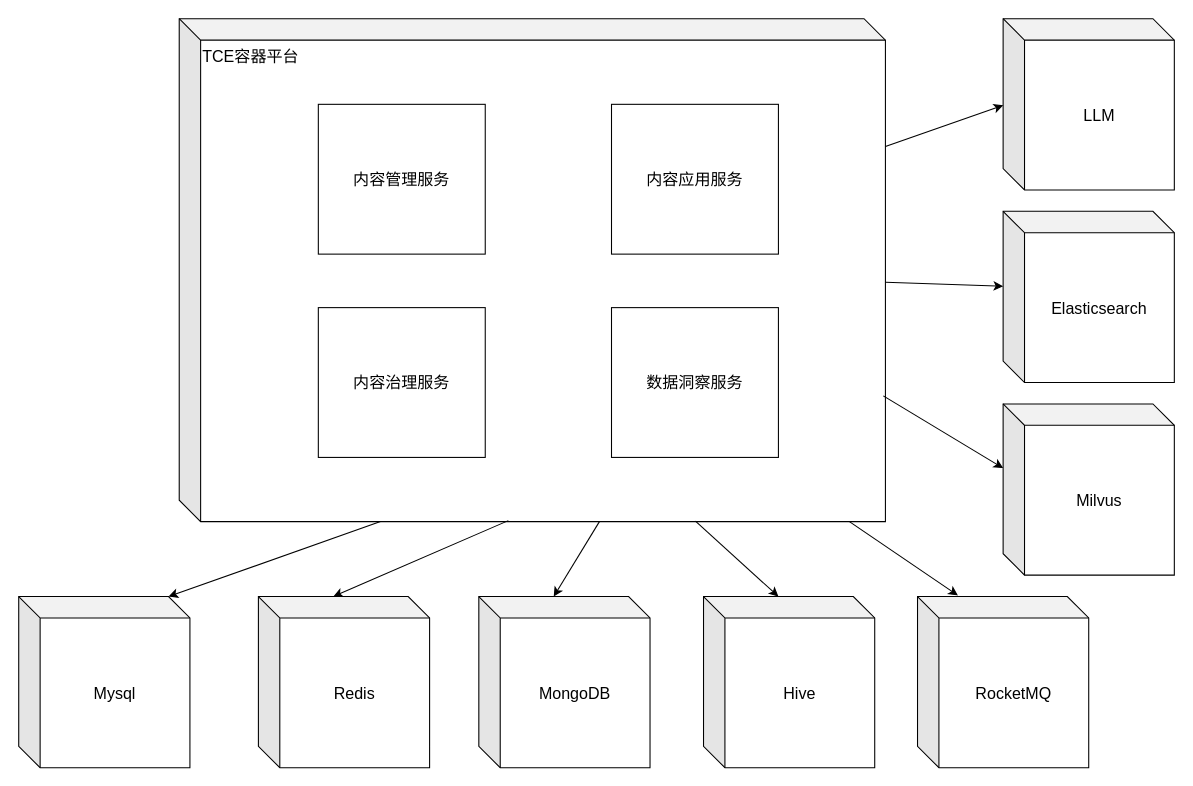
Earlier version of the draw.io diagram page "物理视图" (10 of 19) of figure/figures.drawio (jqq04/nju-thesis-2026). Source tidied: cells renumbered, new cells numbered last; positions are measured from the earlier drawing's top-left corner, leaving out a move shared by most shapes. Both pictures are drawn from the tidied source at 107%, with x=0, y=0 at pixel (18, 18).
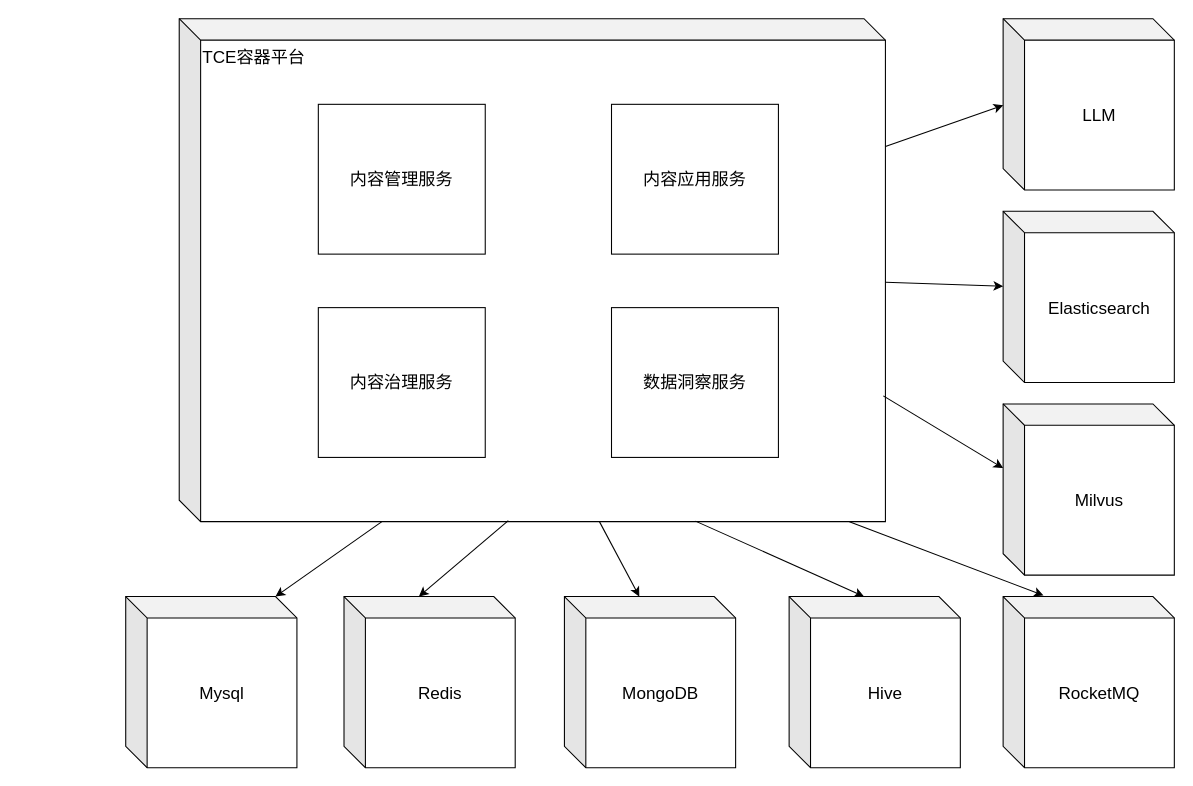
Above is the later version.

Diff of the diagram source:
```diff
@@
-    <mxCell id="2" style="rounded=0;jettySize=auto;html=1;entryX=0;entryY=0;entryDx=140;entryDy=0;entryPerimeter=0;exitX=0.289;exitY=0.998;exitDx=0;exitDy=0;exitPerimeter=0;" parent="1" edge="1" source="3" target="5">
+    <mxCell id="2" style="rounded=0;jettySize=auto;html=1;entryX=0;entryY=0;entryDx=140;entryDy=0;entryPerimeter=0;exitX=0.289;exitY=0.998;exitDx=0;exitDy=0;exitPerimeter=0;fontSize=16;" parent="1" edge="1" source="3" target="5">
       <mxGeometry relative="1" as="geometry" />
     </mxCell>
-    <mxCell id="3" value="TCE容器平台" style="shape=cube;whiteSpace=wrap;html=1;boundedLbl=1;backgroundOutline=1;darkOpacity=0.05;darkOpacity2=0.1;verticalAlign=top;align=left;fontSize=15;" parent="1" vertex="1">
+    <mxCell id="3" value="TCE容器平台" style="shape=cube;whiteSpace=wrap;html=1;boundedLbl=1;backgroundOutline=1;darkOpacity=0.05;darkOpacity2=0.1;verticalAlign=top;align=left;fontSize=16;" parent="1" vertex="1">
       <mxGeometry x="150" width="660" height="470" as="geometry" />
     </mxCell>
-    <mxCell id="4" value="内容管理服务" style="rounded=0;whiteSpace=wrap;html=1;verticalAlign=middle;align=center;fontSize=15;" parent="1" vertex="1">
+    <mxCell id="4" value="内容管理服务" style="rounded=0;whiteSpace=wrap;html=1;verticalAlign=middle;align=center;fontSize=16;" parent="1" vertex="1">
       <mxGeometry x="280" y="80" width="156" height="140" as="geometry" />
     </mxCell>
-    <mxCell id="5" value="Mysql" style="shape=cube;whiteSpace=wrap;html=1;boundedLbl=1;backgroundOutline=1;darkOpacity=0.05;darkOpacity2=0.1;fontSize=15;" parent="1" vertex="1">
-      <mxGeometry y="540" width="160" height="160" as="geometry" />
+    <mxCell id="5" value="Mysql" style="shape=cube;whiteSpace=wrap;html=1;boundedLbl=1;backgroundOutline=1;darkOpacity=0.05;darkOpacity2=0.1;fontSize=16;" parent="1" vertex="1">
+      <mxGeometry x="100" y="540" width="160" height="160" as="geometry" />
     </mxCell>
-    <mxCell id="6" value="Redis" style="shape=cube;whiteSpace=wrap;html=1;boundedLbl=1;backgroundOutline=1;darkOpacity=0.05;darkOpacity2=0.1;fontSize=15;" parent="1" vertex="1">
-      <mxGeometry x="224" y="540" width="160" height="160" as="geometry" />
+    <mxCell id="6" value="Redis" style="shape=cube;whiteSpace=wrap;html=1;boundedLbl=1;backgroundOutline=1;darkOpacity=0.05;darkOpacity2=0.1;fontSize=16;" parent="1" vertex="1">
+      <mxGeometry x="304" y="540" width="160" height="160" as="geometry" />
     </mxCell>
-    <mxCell id="7" value="&lt;div style=&quot;text-align: center;&quot;&gt;&lt;span style=&quot;text-align: start; background-color: transparent;&quot;&gt;Elasticsearch&lt;/span&gt;&lt;/div&gt;" style="shape=cube;whiteSpace=wrap;html=1;boundedLbl=1;backgroundOutline=1;darkOpacity=0.05;darkOpacity2=0.1;fontSize=15;" parent="1" vertex="1">
+    <mxCell id="7" value="&lt;div style=&quot;text-align: center;&quot;&gt;&lt;span style=&quot;text-align: start; background-color: transparent;&quot;&gt;Elasticsearch&lt;/span&gt;&lt;/div&gt;" style="shape=cube;whiteSpace=wrap;html=1;boundedLbl=1;backgroundOutline=1;darkOpacity=0.05;darkOpacity2=0.1;fontSize=16;" parent="1" vertex="1">
       <mxGeometry x="920" y="180" width="160" height="160" as="geometry" />
     </mxCell>
-    <mxCell id="8" value="&lt;div style=&quot;text-align: center;&quot;&gt;&lt;span style=&quot;text-align: start; background-color: transparent;&quot;&gt;MongoDB&lt;/span&gt;&lt;/div&gt;" style="shape=cube;whiteSpace=wrap;html=1;boundedLbl=1;backgroundOutline=1;darkOpacity=0.05;darkOpacity2=0.1;fontSize=15;" parent="1" vertex="1">
-      <mxGeometry x="430" y="540" width="160" height="160" as="geometry" />
+    <mxCell id="8" value="&lt;div style=&quot;text-align: center;&quot;&gt;&lt;span style=&quot;text-align: start; background-color: transparent;&quot;&gt;MongoDB&lt;/span&gt;&lt;/div&gt;" style="shape=cube;whiteSpace=wrap;html=1;boundedLbl=1;backgroundOutline=1;darkOpacity=0.05;darkOpacity2=0.1;fontSize=16;" parent="1" vertex="1">
+      <mxGeometry x="510" y="540" width="160" height="160" as="geometry" />
     </mxCell>
-    <mxCell id="9" value="&lt;div style=&quot;text-align: center;&quot;&gt;&lt;span style=&quot;text-align: start; background-color: transparent;&quot;&gt;LLM&lt;/span&gt;&lt;/div&gt;" style="shape=cube;whiteSpace=wrap;html=1;boundedLbl=1;backgroundOutline=1;darkOpacity=0.05;darkOpacity2=0.1;fontSize=15;" parent="1" vertex="1">
+    <mxCell id="9" value="&lt;div style=&quot;text-align: center;&quot;&gt;&lt;span style=&quot;text-align: start; background-color: transparent;&quot;&gt;LLM&lt;/span&gt;&lt;/div&gt;" style="shape=cube;whiteSpace=wrap;html=1;boundedLbl=1;backgroundOutline=1;darkOpacity=0.05;darkOpacity2=0.1;fontSize=16;" parent="1" vertex="1">
       <mxGeometry x="920" width="160" height="160" as="geometry" />
     </mxCell>
-    <mxCell id="10" value="&lt;div style=&quot;text-align: center;&quot;&gt;&lt;span style=&quot;text-align: start;&quot;&gt;RocketMQ&lt;/span&gt;&lt;/div&gt;" style="shape=cube;whiteSpace=wrap;html=1;boundedLbl=1;backgroundOutline=1;darkOpacity=0.05;darkOpacity2=0.1;fontSize=15;" parent="1" vertex="1">
-      <mxGeometry x="840" y="540" width="160" height="160" as="geometry" />
+    <mxCell id="10" value="&lt;div style=&quot;text-align: center;&quot;&gt;&lt;span style=&quot;text-align: start;&quot;&gt;RocketMQ&lt;/span&gt;&lt;/div&gt;" style="shape=cube;whiteSpace=wrap;html=1;boundedLbl=1;backgroundOutline=1;darkOpacity=0.05;darkOpacity2=0.1;fontSize=16;" parent="1" vertex="1">
+      <mxGeometry x="920" y="540" width="160" height="160" as="geometry" />
     </mxCell>
-    <mxCell id="11" value="Milvus" style="shape=cube;whiteSpace=wrap;html=1;boundedLbl=1;backgroundOutline=1;darkOpacity=0.05;darkOpacity2=0.1;fontSize=15;" parent="1" vertex="1">
+    <mxCell id="11" value="Milvus" style="shape=cube;whiteSpace=wrap;html=1;boundedLbl=1;backgroundOutline=1;darkOpacity=0.05;darkOpacity2=0.1;fontSize=16;" parent="1" vertex="1">
       <mxGeometry x="920" y="360" width="160" height="160" as="geometry" />
     </mxCell>
-    <mxCell id="12" value="&lt;div style=&quot;text-align: center;&quot;&gt;&lt;span style=&quot;text-align: start; background-color: transparent;&quot;&gt;Hive&lt;/span&gt;&lt;/div&gt;" style="shape=cube;whiteSpace=wrap;html=1;boundedLbl=1;backgroundOutline=1;darkOpacity=0.05;darkOpacity2=0.1;fontSize=15;" parent="1" vertex="1">
-      <mxGeometry x="640" y="540" width="160" height="160" as="geometry" />
+    <mxCell id="12" value="&lt;div style=&quot;text-align: center;&quot;&gt;&lt;span style=&quot;text-align: start; background-color: transparent;&quot;&gt;Hive&lt;/span&gt;&lt;/div&gt;" style="shape=cube;whiteSpace=wrap;html=1;boundedLbl=1;backgroundOutline=1;darkOpacity=0.05;darkOpacity2=0.1;fontSize=16;" parent="1" vertex="1">
+      <mxGeometry x="720" y="540" width="160" height="160" as="geometry" />
     </mxCell>
-    <mxCell id="13" value="内容应用服务" style="rounded=0;whiteSpace=wrap;html=1;verticalAlign=middle;align=center;fontSize=15;" parent="1" vertex="1">
+    <mxCell id="13" value="内容应用服务" style="rounded=0;whiteSpace=wrap;html=1;verticalAlign=middle;align=center;fontSize=16;" parent="1" vertex="1">
       <mxGeometry x="554" y="80" width="156" height="140" as="geometry" />
     </mxCell>
-    <mxCell id="14" value="内容治理服务" style="rounded=0;whiteSpace=wrap;html=1;verticalAlign=middle;align=center;fontSize=15;" parent="1" vertex="1">
+    <mxCell id="14" value="内容治理服务" style="rounded=0;whiteSpace=wrap;html=1;verticalAlign=middle;align=center;fontSize=16;" parent="1" vertex="1">
       <mxGeometry x="280" y="270" width="156" height="140" as="geometry" />
     </mxCell>
-    <mxCell id="15" value="数据洞察服务" style="rounded=0;whiteSpace=wrap;html=1;verticalAlign=middle;align=center;fontSize=15;" parent="1" vertex="1">
+    <mxCell id="15" value="数据洞察服务" style="rounded=0;whiteSpace=wrap;html=1;verticalAlign=middle;align=center;fontSize=16;" parent="1" vertex="1">
       <mxGeometry x="554" y="270" width="156" height="140" as="geometry" />
     </mxCell>
-    <mxCell id="16" style="rounded=0;jettySize=auto;html=1;entryX=0;entryY=0;entryDx=70;entryDy=0;entryPerimeter=0;exitX=0.466;exitY=0.998;exitDx=0;exitDy=0;exitPerimeter=0;" parent="1" edge="1" source="3" target="6">
+    <mxCell id="16" style="rounded=0;jettySize=auto;html=1;entryX=0;entryY=0;entryDx=70;entryDy=0;entryPerimeter=0;exitX=0.466;exitY=0.998;exitDx=0;exitDy=0;exitPerimeter=0;fontSize=16;" parent="1" edge="1" source="3" target="6">
       <mxGeometry relative="1" as="geometry" />
     </mxCell>
-    <mxCell id="17" style="rounded=0;jettySize=auto;html=1;entryX=0;entryY=0;entryDx=70;entryDy=0;entryPerimeter=0;exitX=0.595;exitY=1;exitDx=0;exitDy=0;exitPerimeter=0;" parent="1" edge="1" source="3" target="8">
+    <mxCell id="17" style="rounded=0;jettySize=auto;html=1;entryX=0;entryY=0;entryDx=70;entryDy=0;entryPerimeter=0;exitX=0.595;exitY=1;exitDx=0;exitDy=0;exitPerimeter=0;fontSize=16;" parent="1" edge="1" source="3" target="8">
       <mxGeometry relative="1" as="geometry" />
     </mxCell>
-    <mxCell id="18" style="rounded=0;jettySize=auto;html=1;entryX=0;entryY=0;entryDx=70;entryDy=0;entryPerimeter=0;exitX=0.731;exitY=0.999;exitDx=0;exitDy=0;exitPerimeter=0;" parent="1" edge="1" source="3" target="12">
+    <mxCell id="18" style="rounded=0;jettySize=auto;html=1;entryX=0;entryY=0;entryDx=70;entryDy=0;entryPerimeter=0;exitX=0.731;exitY=0.999;exitDx=0;exitDy=0;exitPerimeter=0;fontSize=16;" parent="1" edge="1" source="3" target="12">
       <mxGeometry relative="1" as="geometry" />
     </mxCell>
-    <mxCell id="19" style="rounded=0;jettySize=auto;html=1;entryX=0.236;entryY=-0.006;entryDx=0;entryDy=0;entryPerimeter=0;exitX=0.949;exitY=1;exitDx=0;exitDy=0;exitPerimeter=0;" parent="1" edge="1" source="3" target="10">
+    <mxCell id="19" style="rounded=0;jettySize=auto;html=1;entryX=0.236;entryY=-0.006;entryDx=0;entryDy=0;entryPerimeter=0;exitX=0.949;exitY=1;exitDx=0;exitDy=0;exitPerimeter=0;fontSize=16;" parent="1" edge="1" source="3" target="10">
       <mxGeometry relative="1" as="geometry" />
     </mxCell>
-    <mxCell id="20" style="rounded=0;jettySize=auto;html=1;entryX=0.001;entryY=0.506;entryDx=0;entryDy=0;entryPerimeter=0;" parent="1" edge="1" source="3" target="9">
+    <mxCell id="20" style="rounded=0;jettySize=auto;html=1;entryX=0.001;entryY=0.506;entryDx=0;entryDy=0;entryPerimeter=0;fontSize=16;" parent="1" edge="1" source="3" target="9">
       <mxGeometry relative="1" as="geometry" />
     </mxCell>
-    <mxCell id="21" style="rounded=0;jettySize=auto;html=1;entryX=0;entryY=0;entryDx=0;entryDy=70;entryPerimeter=0;" parent="1" edge="1" source="3" target="7">
+    <mxCell id="21" style="rounded=0;jettySize=auto;html=1;entryX=0;entryY=0;entryDx=0;entryDy=70;entryPerimeter=0;fontSize=16;" parent="1" edge="1" source="3" target="7">
       <mxGeometry relative="1" as="geometry" />
     </mxCell>
-    <mxCell id="22" style="rounded=0;jettySize=auto;html=1;exitX=0.997;exitY=0.75;exitDx=0;exitDy=0;exitPerimeter=0;" parent="1" edge="1" source="3">
+    <mxCell id="22" style="rounded=0;jettySize=auto;html=1;exitX=0.997;exitY=0.75;exitDx=0;exitDy=0;exitPerimeter=0;fontSize=16;" parent="1" edge="1" source="3">
       <mxGeometry relative="1" as="geometry">
         <mxPoint x="920" y="420" as="targetPoint" />
       </mxGeometry>
     </mxCell>
```
